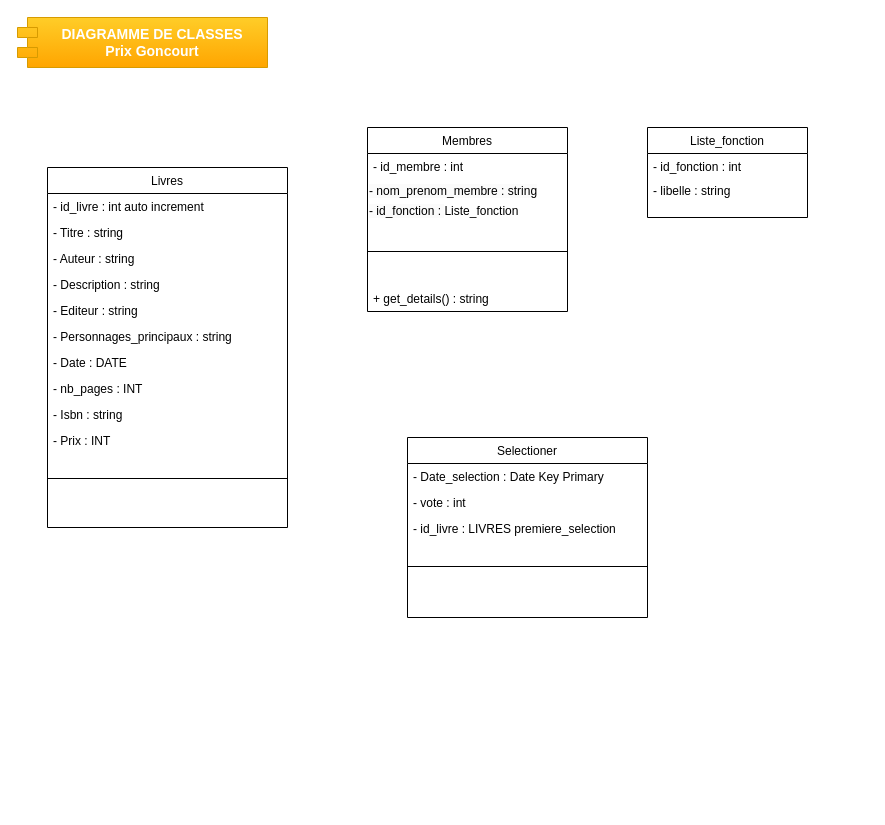
This is doc/Diagramme_classe.drawio from MelissaHOA/Prix_Goncourt, a draw.io file, before an edit. Source tidied: cells renumbered, new cells numbered last; positions are measured from the earlier drawing's top-left corner, leaving out a move shared by most shapes. Both pictures are drawn from the tidied source at 100%, with x=0, y=0 at pixel (17, 17).
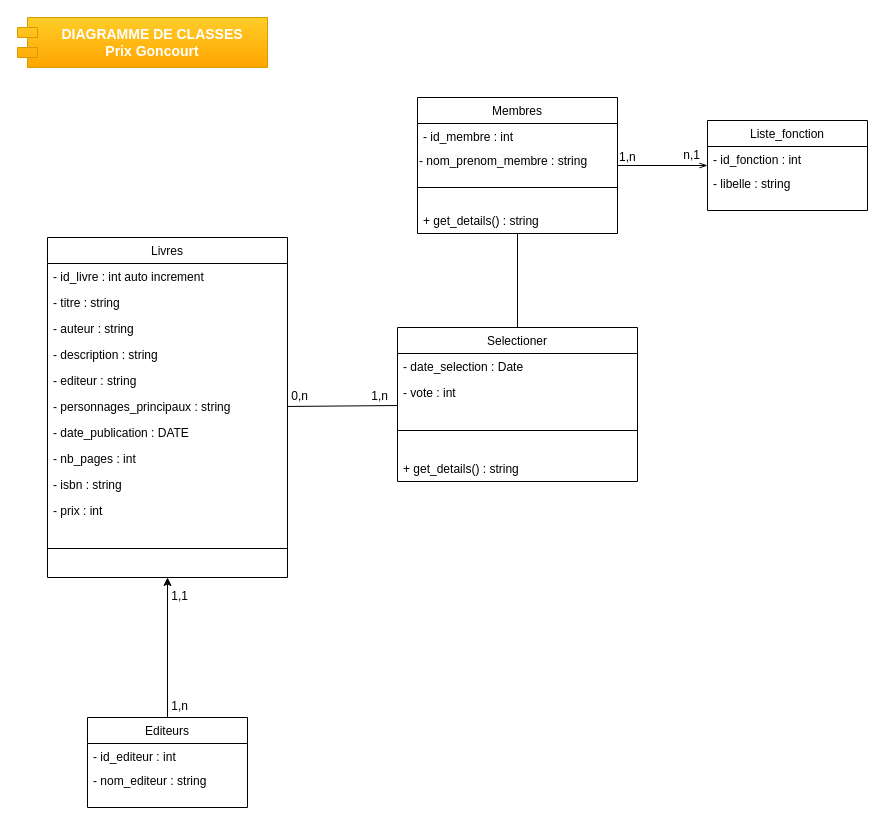
The same diagram, later.

Commit message:
Mettre à jour Diagramme_classe.drawio

The edit, as a diff of the source:
```diff
@@
     <mxCell id="2" value="Livres" style="swimlane;fontStyle=0;align=center;verticalAlign=top;horizontal=1;startSize=26;rounded=0;shadow=0;strokeWidth=1;" parent="1" vertex="1">
-      <mxGeometry x="30" y="150" width="240" height="360" as="geometry" />
+      <mxGeometry x="30" y="220" width="240" height="340" as="geometry" />
     </mxCell>
@@
-    <mxCell id="4" value="- Titre : string" style="text;align=left;verticalAlign=top;spacingLeft=4;spacingRight=4;overflow=hidden;" parent="2" vertex="1">
+    <mxCell id="4" value="- titre : string" style="text;align=left;verticalAlign=top;spacingLeft=4;spacingRight=4;overflow=hidden;" parent="2" vertex="1">
       <mxGeometry y="52" width="240" height="26" as="geometry" />
     </mxCell>
-    <mxCell id="5" value="- Auteur : string" style="text;align=left;verticalAlign=top;spacingLeft=4;spacingRight=4;overflow=hidden;rounded=0;shadow=0;html=0;" parent="2" vertex="1">
+    <mxCell id="5" value="- auteur : string" style="text;align=left;verticalAlign=top;spacingLeft=4;spacingRight=4;overflow=hidden;rounded=0;shadow=0;html=0;" parent="2" vertex="1">
       <mxGeometry y="78" width="240" height="26" as="geometry" />
     </mxCell>
-    <mxCell id="6" value="- Description : string" style="text;align=left;verticalAlign=top;spacingLeft=4;spacingRight=4;overflow=hidden;rounded=0;shadow=0;html=0;" parent="2" vertex="1">
+    <mxCell id="6" value="- description : string" style="text;align=left;verticalAlign=top;spacingLeft=4;spacingRight=4;overflow=hidden;rounded=0;shadow=0;html=0;" parent="2" vertex="1">
       <mxGeometry y="104" width="240" height="26" as="geometry" />
     </mxCell>
-    <mxCell id="7" value="- Editeur : string" style="text;align=left;verticalAlign=top;spacingLeft=4;spacingRight=4;overflow=hidden;rounded=0;shadow=0;html=0;" parent="2" vertex="1">
+    <mxCell id="7" value="- editeur : string" style="text;align=left;verticalAlign=top;spacingLeft=4;spacingRight=4;overflow=hidden;rounded=0;shadow=0;html=0;" parent="2" vertex="1">
       <mxGeometry y="130" width="240" height="26" as="geometry" />
     </mxCell>
-    <mxCell id="8" value="- Personnages_principaux : string" style="text;align=left;verticalAlign=top;spacingLeft=4;spacingRight=4;overflow=hidden;rounded=0;shadow=0;html=0;" parent="2" vertex="1">
+    <mxCell id="8" value="- personnages_principaux : string" style="text;align=left;verticalAlign=top;spacingLeft=4;spacingRight=4;overflow=hidden;rounded=0;shadow=0;html=0;" parent="2" vertex="1">
       <mxGeometry y="156" width="240" height="26" as="geometry" />
     </mxCell>
-    <mxCell id="9" value="- Date : DATE   " style="text;align=left;verticalAlign=top;spacingLeft=4;spacingRight=4;overflow=hidden;" parent="2" vertex="1">
+    <mxCell id="9" value="- date_publication : DATE   " style="text;align=left;verticalAlign=top;spacingLeft=4;spacingRight=4;overflow=hidden;" parent="2" vertex="1">
       <mxGeometry y="182" width="240" height="26" as="geometry" />
     </mxCell>
-    <mxCell id="10" value="- nb_pages : INT" style="text;align=left;verticalAlign=top;spacingLeft=4;spacingRight=4;overflow=hidden;" parent="2" vertex="1">
+    <mxCell id="10" value="- nb_pages : int" style="text;align=left;verticalAlign=top;spacingLeft=4;spacingRight=4;overflow=hidden;" parent="2" vertex="1">
       <mxGeometry y="208" width="240" height="26" as="geometry" />
     </mxCell>
-    <mxCell id="11" value="- Isbn : string" style="text;align=left;verticalAlign=top;spacingLeft=4;spacingRight=4;overflow=hidden;" parent="2" vertex="1">
+    <mxCell id="11" value="- isbn : string" style="text;align=left;verticalAlign=top;spacingLeft=4;spacingRight=4;overflow=hidden;" parent="2" vertex="1">
       <mxGeometry y="234" width="240" height="26" as="geometry" />
     </mxCell>
-    <mxCell id="12" value="- Prix : INT" style="text;align=left;verticalAlign=top;spacingLeft=4;spacingRight=4;overflow=hidden;" parent="2" vertex="1">
+    <mxCell id="12" value="- prix : int" style="text;align=left;verticalAlign=top;spacingLeft=4;spacingRight=4;overflow=hidden;" parent="2" vertex="1">
       <mxGeometry y="260" width="240" height="26" as="geometry" />
     </mxCell>
@@
+    <mxCell id="29" style="edgeStyle=orthogonalEdgeStyle;rounded=0;jettySize=auto;html=1;endArrow=openThin;endFill=0;" parent="1" edge="1" source="15" target="26">
+      <mxGeometry relative="1" as="geometry" />
+    </mxCell>
     <mxCell id="15" value="Membres" style="swimlane;fontStyle=0;align=center;verticalAlign=top;horizontal=1;startSize=26;rounded=0;shadow=0;strokeWidth=1;" parent="1" vertex="1">
-      <mxGeometry x="350" y="110" width="200" height="184" as="geometry" />
+      <mxGeometry x="400" y="80" width="200" height="136" as="geometry" />
     </mxCell>
@@
-    <mxCell id="18" value="&lt;span style=&quot;color: rgb(0, 0, 0); font-family: Helvetica; font-size: 12px; font-style: normal; font-variant-ligatures: normal; font-variant-caps: normal; font-weight: 400; letter-spacing: normal; orphans: 2; text-align: left; text-indent: 0px; text-transform: none; widows: 2; word-spacing: 0px; -webkit-text-stroke-width: 0px; white-space: nowrap; background-color: rgb(251, 251, 251); text-decoration-thickness: initial; text-decoration-style: initial; text-decoration-color: initial; display: inline !important; float: none;&quot;&gt;- id_fonction :&amp;nbsp;&lt;/span&gt;&lt;span style=&quot;text-align: center; text-wrap: nowrap;&quot;&gt;Liste_fonction&lt;/span&gt;" style="text;whiteSpace=wrap;html=1;" parent="15" vertex="1">
-      <mxGeometry y="70" width="200" height="20" as="geometry" />
-    </mxCell>
     <mxCell id="19" style="line;html=1;strokeWidth=1;align=left;verticalAlign=middle;spacingTop=-1;spacingLeft=3;spacingRight=3;labelPosition=right;" parent="15" vertex="1">
-      <mxGeometry y="90" width="200" height="68" as="geometry" />
+      <mxGeometry y="70" width="200" height="40" as="geometry" />
     </mxCell>
-    <mxCell id="20" value="+ get_details() : string" style="text;align=left;verticalAlign=top;spacingLeft=4;spacingRight=4;overflow=hidden;" parent="15" vertex="1">
-      <mxGeometry y="158" width="200" height="26" as="geometry" />
-    </mxCell>
+    <mxCell id="30" value="+ get_details() : string" style="text;align=left;verticalAlign=top;spacingLeft=4;spacingRight=4;overflow=hidden;" parent="15" vertex="1">
+      <mxGeometry y="110" width="200" height="26" as="geometry" />
+    </mxCell>
     <mxCell id="21" value="Selectioner" style="swimlane;fontStyle=0;align=center;verticalAlign=top;horizontal=1;startSize=26;rounded=0;shadow=0;strokeWidth=1;" parent="1" vertex="1">
-      <mxGeometry x="390" y="420" width="240" height="180" as="geometry" />
+      <mxGeometry x="380" y="310" width="240" height="154" as="geometry" />
     </mxCell>
-    <mxCell id="22" value="- Date_selection : Date Key Primary" style="text;align=left;verticalAlign=top;spacingLeft=4;spacingRight=4;overflow=hidden;rounded=0;shadow=0;html=0;" parent="21" vertex="1">
+    <mxCell id="22" value="- date_selection : Date" style="text;align=left;verticalAlign=top;spacingLeft=4;spacingRight=4;overflow=hidden;rounded=0;shadow=0;html=0;" parent="21" vertex="1">
       <mxGeometry y="26" width="240" height="26" as="geometry" />
     </mxCell>
@@
-    <mxCell id="24" value="- id_livre : LIVRES premiere_selection" style="text;align=left;verticalAlign=top;spacingLeft=4;spacingRight=4;overflow=hidden;" parent="21" vertex="1">
-      <mxGeometry y="78" width="240" height="26" as="geometry" />
-    </mxCell>
     <mxCell id="25" style="line;html=1;strokeWidth=1;align=left;verticalAlign=middle;spacingTop=-1;spacingLeft=3;spacingRight=3;labelPosition=right;" parent="21" vertex="1">
-      <mxGeometry y="104" width="240" height="50" as="geometry" />
+      <mxGeometry y="78" width="240" height="50" as="geometry" />
     </mxCell>
+    <mxCell id="31" value="+ get_details() : string" style="text;align=left;verticalAlign=top;spacingLeft=4;spacingRight=4;overflow=hidden;" parent="21" vertex="1">
+      <mxGeometry y="128" width="240" height="26" as="geometry" />
+    </mxCell>
     <mxCell id="26" value="Liste_fonction" style="swimlane;fontStyle=0;align=center;verticalAlign=top;horizontal=1;startSize=26;rounded=0;shadow=0;strokeWidth=1;" parent="1" vertex="1">
-      <mxGeometry x="630" y="110" width="160" height="90" as="geometry" />
+      <mxGeometry x="690" y="103" width="160" height="90" as="geometry" />
     </mxCell>
@@
+    <mxCell id="32" value="1,n" style="align=left;verticalAlign=bottom;labelBackgroundColor=none;fontSize=12;" parent="1" vertex="1">
+      <mxGeometry x="600" y="148" as="geometry" />
+    </mxCell>
+    <mxCell id="33" value="n,1" style="align=right;verticalAlign=bottom;labelBackgroundColor=none;fontSize=12;" parent="1" vertex="1">
+      <mxGeometry x="670" y="140" as="geometry">
+        <mxPoint x="14" y="6" as="offset" />
+      </mxGeometry>
+    </mxCell>
+    <mxCell id="34" style="endArrow=none;html=1;rounded=0;" parent="1" edge="1" source="2" target="21">
+      <mxGeometry relative="1" as="geometry" />
+    </mxCell>
+    <mxCell id="35" style="endArrow=none;html=1;rounded=0;" parent="1" edge="1" source="21" target="15">
+      <mxGeometry relative="1" as="geometry" />
+    </mxCell>
+    <mxCell id="36" value="0,n" style="align=right;verticalAlign=bottom;labelBackgroundColor=none;fontSize=12;" parent="1" vertex="1">
+      <mxGeometry x="570" y="230" as="geometry">
+        <mxPoint x="-278" y="157" as="offset" />
+      </mxGeometry>
+    </mxCell>
+    <mxCell id="37" style="edgeStyle=orthogonalEdgeStyle;rounded=0;jettySize=auto;html=1;" parent="1" edge="1" source="38" target="2">
+      <mxGeometry relative="1" as="geometry" />
+    </mxCell>
+    <mxCell id="38" value="Editeurs" style="swimlane;fontStyle=0;align=center;verticalAlign=top;horizontal=1;startSize=26;rounded=0;shadow=0;strokeWidth=1;" parent="1" vertex="1">
+      <mxGeometry x="70" y="700" width="160" height="90" as="geometry" />
+    </mxCell>
+    <mxCell id="39" value="- id_editeur : int" style="text;align=left;verticalAlign=top;spacingLeft=4;spacingRight=4;overflow=hidden;" parent="38" vertex="1">
+      <mxGeometry y="26" width="160" height="24" as="geometry" />
+    </mxCell>
+    <mxCell id="40" value="- nom_editeur : string" style="text;align=left;verticalAlign=top;spacingLeft=4;spacingRight=4;overflow=hidden;" parent="38" vertex="1">
+      <mxGeometry y="50" width="160" height="24" as="geometry" />
+    </mxCell>
+    <mxCell id="41" value="1,1" style="align=right;verticalAlign=bottom;labelBackgroundColor=none;fontSize=12;" parent="1" vertex="1">
+      <mxGeometry x="450" y="430" as="geometry">
+        <mxPoint x="-278" y="157" as="offset" />
+      </mxGeometry>
+    </mxCell>
+    <mxCell id="42" value="1,n" style="align=right;verticalAlign=bottom;labelBackgroundColor=none;fontSize=12;" parent="1" vertex="1">
+      <mxGeometry x="450" y="540" as="geometry">
+        <mxPoint x="-278" y="157" as="offset" />
+      </mxGeometry>
+    </mxCell>
+    <mxCell id="43" value="1,n" style="align=right;verticalAlign=bottom;labelBackgroundColor=none;fontSize=12;" parent="1" vertex="1">
+      <mxGeometry x="650" y="230" as="geometry">
+        <mxPoint x="-278" y="157" as="offset" />
+      </mxGeometry>
+    </mxCell>
```
